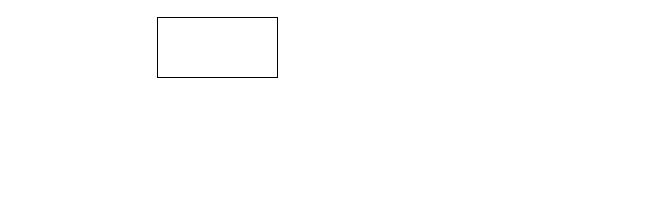
Earlier version of the draw.io diagram 关联性分析.drawio (archwolf118/AI). Source tidied: cells renumbered, new cells numbered last; positions are measured from the earlier drawing's top-left corner, leaving out a move shared by most shapes. Both pictures are drawn from the tidied source at 100%, with x=0, y=0 at pixel (157, 17).
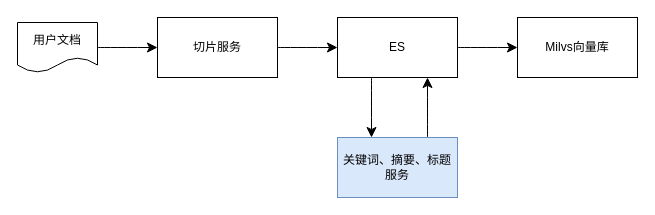
The same diagram, later.

Commit message (it also covers changes not shown here):
更新关联性分析.drawio

Diff of the diagram source:
```diff
@@
 <mxGraphModel>
   <root>
     <mxCell id="0" />
     <mxCell id="1" parent="0" />
+    <mxCell id="3" style="edgeStyle=none;curved=1;rounded=0;jettySize=auto;html=1;exitX=1;exitY=0.5;exitDx=0;exitDy=0;entryX=0;entryY=0.5;entryDx=0;entryDy=0;fontSize=12;startSize=8;endSize=8;" parent="1" edge="1" source="2" target="6">
+      <mxGeometry relative="1" as="geometry" />
+    </mxCell>
-    <mxCell id="2" style="rounded=0;whiteSpace=wrap;html=1;" parent="1" vertex="1">
+    <mxCell id="2" value="切片服务" style="rounded=0;whiteSpace=wrap;html=1;" parent="1" vertex="1">
       <mxGeometry width="120" height="60" as="geometry" />
     </mxCell>
+    <mxCell id="4" style="edgeStyle=none;curved=1;rounded=0;orthogonalLoop=1;jettySize=auto;html=1;exitX=0.5;exitY=1;exitDx=0;exitDy=0;entryX=0.5;entryY=0;entryDx=0;entryDy=0;fontSize=12;startSize=8;endSize=8;" parent="1" edge="1">
+      <mxGeometry relative="1" as="geometry">
+        <mxPoint x="214" y="60" as="sourcePoint" />
+        <mxPoint x="214" y="120" as="targetPoint" />
+      </mxGeometry>
+    </mxCell>
+    <mxCell id="5" style="edgeStyle=none;curved=1;rounded=0;jettySize=auto;html=1;exitX=1;exitY=0.5;exitDx=0;exitDy=0;entryX=0;entryY=0.5;entryDx=0;entryDy=0;fontSize=12;startSize=8;endSize=8;" parent="1" edge="1" source="6" target="9">
+      <mxGeometry relative="1" as="geometry" />
+    </mxCell>
+    <mxCell id="6" value="ES" style="rounded=0;whiteSpace=wrap;html=1;" parent="1" vertex="1">
+      <mxGeometry x="180" width="120" height="60" as="geometry" />
+    </mxCell>
+    <mxCell id="7" style="edgeStyle=none;curved=1;rounded=0;jettySize=auto;html=1;exitX=0.75;exitY=0;exitDx=0;exitDy=0;entryX=0.75;entryY=1;entryDx=0;entryDy=0;fontSize=12;startSize=8;endSize=8;" parent="1" edge="1" source="8" target="6">
+      <mxGeometry relative="1" as="geometry" />
+    </mxCell>
+    <mxCell id="8" value="关键词、摘要、标题服务" style="rounded=0;whiteSpace=wrap;html=1;fillColor=#dae8fc;strokeColor=#6c8ebf;" parent="1" vertex="1">
+      <mxGeometry x="180" y="120" width="120" height="60" as="geometry" />
+    </mxCell>
+    <mxCell id="9" value="Milvs向量库" style="rounded=0;whiteSpace=wrap;html=1;" parent="1" vertex="1">
+      <mxGeometry x="360" width="120" height="60" as="geometry" />
+    </mxCell>
+    <mxCell id="10" style="edgeStyle=none;curved=1;rounded=0;jettySize=auto;html=1;exitX=1;exitY=0.5;exitDx=0;exitDy=0;entryX=0;entryY=0.5;entryDx=0;entryDy=0;fontSize=12;startSize=8;endSize=8;" parent="1" edge="1" source="11" target="2">
+      <mxGeometry relative="1" as="geometry" />
+    </mxCell>
+    <mxCell id="11" value="用户文档" style="shape=document;whiteSpace=wrap;html=1;boundedLbl=1;" parent="1" vertex="1">
+      <mxGeometry x="-140" y="5" width="80" height="50" as="geometry" />
+    </mxCell>
   </root>
 </mxGraphModel>
```
